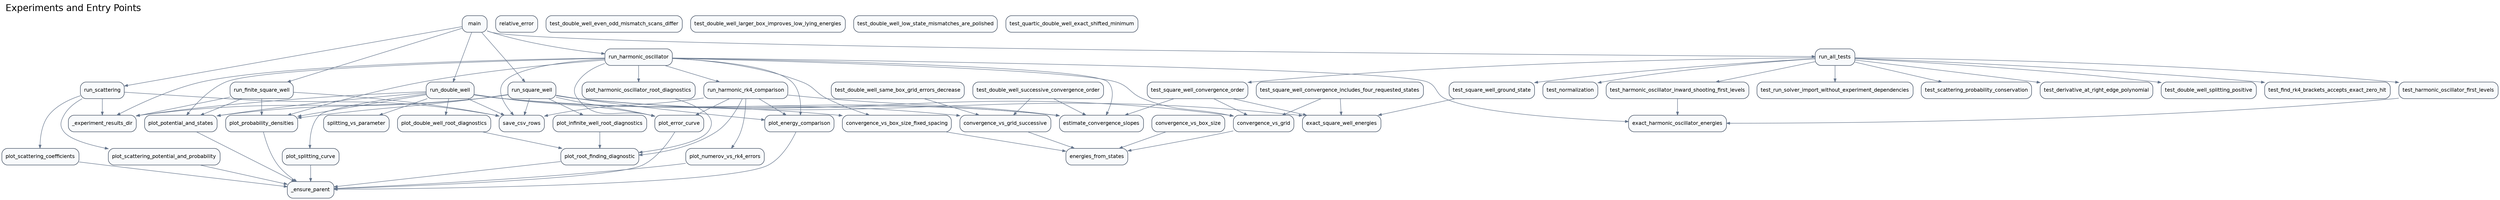
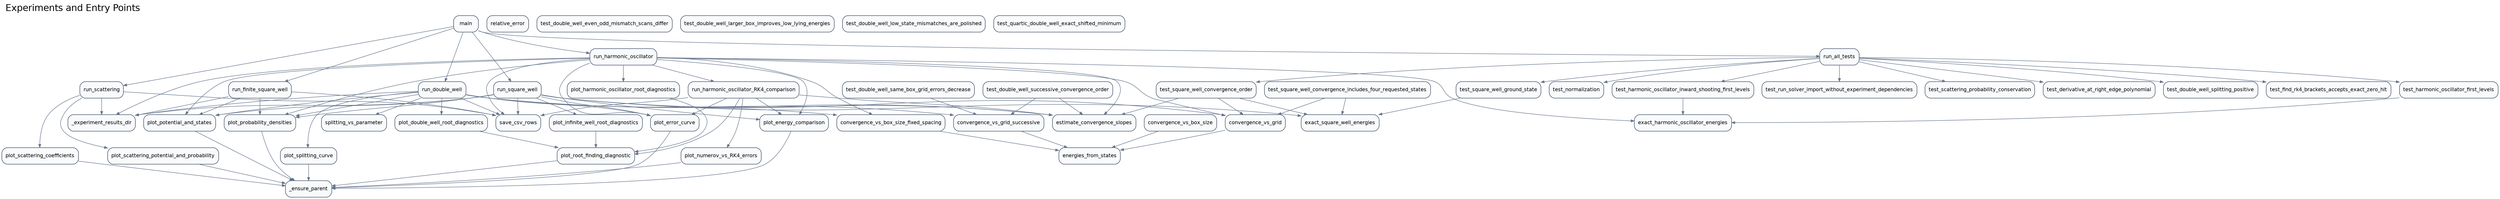
digraph G {
  rankdir="TB";
  graph [labeljust="l", labelloc="t", fontsize=20, fontname="Helvetica"];
  label="Experiments and Entry Points";
  node [shape=box, style="rounded,filled", fillcolor="#F8FAFC", color="#334155", fontname="Helvetica", fontsize=11];
  edge [color="#64748B", arrowsize=0.7];
  scripts_run_solver_main [label="main"];
  src_analysis_convergence_vs_box_size [label="convergence_vs_box_size"];
  src_analysis_convergence_vs_box_size_fixed_spacing [label="convergence_vs_box_size_fixed_spacing"];
  src_analysis_convergence_vs_grid [label="convergence_vs_grid"];
  src_analysis_convergence_vs_grid_successive [label="convergence_vs_grid_successive"];
  src_analysis_energies_from_states [label="energies_from_states"];
  src_analysis_estimate_convergence_slopes [label="estimate_convergence_slopes"];
  src_analysis_exact_harmonic_oscillator_energies [label="exact_harmonic_oscillator_energies"];
  src_analysis_exact_square_well_energies [label="exact_square_well_energies"];
  src_analysis_relative_error [label="relative_error"];
  src_analysis_save_csv_rows [label="save_csv_rows"];
  src_analysis_splitting_vs_parameter [label="splitting_vs_parameter"];
  src_experiments__experiment_results_dir [label="_experiment_results_dir"];
  src_experiments_plot_double_well_root_diagnostics [label="plot_double_well_root_diagnostics"];
  src_experiments_plot_harmonic_oscillator_root_diagnostics [label="plot_harmonic_oscillator_root_diagnostics"];
  src_experiments_plot_infinite_well_root_diagnostics [label="plot_infinite_well_root_diagnostics"];
  src_experiments_run_double_well [label="run_double_well"];
  src_experiments_run_finite_square_well [label="run_finite_square_well"];
  src_experiments_run_harmonic_oscillator [label="run_harmonic_oscillator"];
-   src_experiments_run_harmonic_rk4_comparison [label="run_harmonic_rk4_comparison"];
+   src_experiments_run_harmonic_oscillator_RK4_comparison [label="run_harmonic_oscillator_RK4_comparison"];
  src_experiments_run_scattering [label="run_scattering"];
  src_experiments_run_square_well [label="run_square_well"];
  src_plotting__ensure_parent [label="_ensure_parent"];
  src_plotting_plot_energy_comparison [label="plot_energy_comparison"];
  src_plotting_plot_error_curve [label="plot_error_curve"];
-   src_plotting_plot_numerov_vs_rk4_errors [label="plot_numerov_vs_rk4_errors"];
+   src_plotting_plot_numerov_vs_RK4_errors [label="plot_numerov_vs_RK4_errors"];
  src_plotting_plot_potential_and_states [label="plot_potential_and_states"];
  src_plotting_plot_probability_densities [label="plot_probability_densities"];
  src_plotting_plot_root_finding_diagnostic [label="plot_root_finding_diagnostic"];
  src_plotting_plot_scattering_coefficients [label="plot_scattering_coefficients"];
  src_plotting_plot_scattering_potential_and_probability [label="plot_scattering_potential_and_probability"];
  src_plotting_plot_splitting_curve [label="plot_splitting_curve"];
  tests_test_solver_run_all_tests [label="run_all_tests"];
  tests_test_solver_test_derivative_at_right_edge_polynomial [label="test_derivative_at_right_edge_polynomial"];
  tests_test_solver_test_double_well_even_odd_mismatch_scans_differ [label="test_double_well_even_odd_mismatch_scans_differ"];
  tests_test_solver_test_double_well_larger_box_improves_low_lying_energies [label="test_double_well_larger_box_improves_low_lying_energies"];
  tests_test_solver_test_double_well_low_state_mismatches_are_polished [label="test_double_well_low_state_mismatches_are_polished"];
  tests_test_solver_test_double_well_same_box_grid_errors_decrease [label="test_double_well_same_box_grid_errors_decrease"];
  tests_test_solver_test_double_well_splitting_positive [label="test_double_well_splitting_positive"];
  tests_test_solver_test_double_well_successive_convergence_order [label="test_double_well_successive_convergence_order"];
  tests_test_solver_test_find_rk4_brackets_accepts_exact_zero_hit [label="test_find_rk4_brackets_accepts_exact_zero_hit"];
  tests_test_solver_test_harmonic_oscillator_first_levels [label="test_harmonic_oscillator_first_levels"];
  tests_test_solver_test_harmonic_oscillator_inward_shooting_first_levels [label="test_harmonic_oscillator_inward_shooting_first_levels"];
  tests_test_solver_test_normalization [label="test_normalization"];
  tests_test_solver_test_quartic_double_well_exact_shifted_minimum [label="test_quartic_double_well_exact_shifted_minimum"];
  tests_test_solver_test_run_solver_import_without_experiment_dependencies [label="test_run_solver_import_without_experiment_dependencies"];
  tests_test_solver_test_scattering_probability_conservation [label="test_scattering_probability_conservation"];
  tests_test_solver_test_square_well_convergence_includes_four_requested_states [label="test_square_well_convergence_includes_four_requested_states"];
  tests_test_solver_test_square_well_convergence_order [label="test_square_well_convergence_order"];
  tests_test_solver_test_square_well_ground_state [label="test_square_well_ground_state"];
  scripts_run_solver_main -> src_experiments_run_double_well;
  scripts_run_solver_main -> src_experiments_run_finite_square_well;
  scripts_run_solver_main -> src_experiments_run_harmonic_oscillator;
  scripts_run_solver_main -> src_experiments_run_scattering;
  scripts_run_solver_main -> src_experiments_run_square_well;
  scripts_run_solver_main -> tests_test_solver_run_all_tests;
  src_analysis_convergence_vs_box_size -> src_analysis_energies_from_states;
  src_analysis_convergence_vs_box_size_fixed_spacing -> src_analysis_energies_from_states;
  src_analysis_convergence_vs_grid -> src_analysis_energies_from_states;
  src_analysis_convergence_vs_grid_successive -> src_analysis_energies_from_states;
  src_experiments_plot_double_well_root_diagnostics -> src_plotting_plot_root_finding_diagnostic;
  src_experiments_plot_harmonic_oscillator_root_diagnostics -> src_plotting_plot_root_finding_diagnostic;
  src_experiments_plot_infinite_well_root_diagnostics -> src_plotting_plot_root_finding_diagnostic;
  src_experiments_run_double_well -> src_analysis_convergence_vs_box_size_fixed_spacing;
  src_experiments_run_double_well -> src_analysis_convergence_vs_grid_successive;
  src_experiments_run_double_well -> src_analysis_estimate_convergence_slopes;
  src_experiments_run_double_well -> src_analysis_save_csv_rows;
  src_experiments_run_double_well -> src_analysis_splitting_vs_parameter;
  src_experiments_run_double_well -> src_experiments__experiment_results_dir;
  src_experiments_run_double_well -> src_experiments_plot_double_well_root_diagnostics;
  src_experiments_run_double_well -> src_plotting_plot_error_curve;
  src_experiments_run_double_well -> src_plotting_plot_potential_and_states;
  src_experiments_run_double_well -> src_plotting_plot_probability_densities;
  src_experiments_run_double_well -> src_plotting_plot_splitting_curve;
  src_experiments_run_finite_square_well -> src_analysis_save_csv_rows;
  src_experiments_run_finite_square_well -> src_experiments__experiment_results_dir;
  src_experiments_run_finite_square_well -> src_plotting_plot_potential_and_states;
  src_experiments_run_finite_square_well -> src_plotting_plot_probability_densities;
  src_experiments_run_harmonic_oscillator -> src_analysis_convergence_vs_box_size_fixed_spacing;
  src_experiments_run_harmonic_oscillator -> src_analysis_convergence_vs_grid;
  src_experiments_run_harmonic_oscillator -> src_analysis_estimate_convergence_slopes;
  src_experiments_run_harmonic_oscillator -> src_analysis_exact_harmonic_oscillator_energies;
  src_experiments_run_harmonic_oscillator -> src_analysis_save_csv_rows;
  src_experiments_run_harmonic_oscillator -> src_experiments__experiment_results_dir;
  src_experiments_run_harmonic_oscillator -> src_experiments_plot_harmonic_oscillator_root_diagnostics;
-   src_experiments_run_harmonic_oscillator -> src_experiments_run_harmonic_rk4_comparison;
+   src_experiments_run_harmonic_oscillator -> src_experiments_run_harmonic_oscillator_RK4_comparison;
  src_experiments_run_harmonic_oscillator -> src_plotting_plot_energy_comparison;
  src_experiments_run_harmonic_oscillator -> src_plotting_plot_error_curve;
  src_experiments_run_harmonic_oscillator -> src_plotting_plot_potential_and_states;
  src_experiments_run_harmonic_oscillator -> src_plotting_plot_probability_densities;
-   src_experiments_run_harmonic_rk4_comparison -> src_analysis_estimate_convergence_slopes;
-   src_experiments_run_harmonic_rk4_comparison -> src_analysis_save_csv_rows;
-   src_experiments_run_harmonic_rk4_comparison -> src_plotting_plot_energy_comparison;
-   src_experiments_run_harmonic_rk4_comparison -> src_plotting_plot_error_curve;
-   src_experiments_run_harmonic_rk4_comparison -> src_plotting_plot_numerov_vs_rk4_errors;
-   src_experiments_run_harmonic_rk4_comparison -> src_plotting_plot_root_finding_diagnostic;
+   src_experiments_run_harmonic_oscillator_RK4_comparison -> src_analysis_estimate_convergence_slopes;
+   src_experiments_run_harmonic_oscillator_RK4_comparison -> src_analysis_save_csv_rows;
+   src_experiments_run_harmonic_oscillator_RK4_comparison -> src_plotting_plot_energy_comparison;
+   src_experiments_run_harmonic_oscillator_RK4_comparison -> src_plotting_plot_error_curve;
+   src_experiments_run_harmonic_oscillator_RK4_comparison -> src_plotting_plot_numerov_vs_RK4_errors;
+   src_experiments_run_harmonic_oscillator_RK4_comparison -> src_plotting_plot_root_finding_diagnostic;
  src_experiments_run_scattering -> src_analysis_save_csv_rows;
  src_experiments_run_scattering -> src_experiments__experiment_results_dir;
  src_experiments_run_scattering -> src_plotting_plot_scattering_coefficients;
  src_experiments_run_scattering -> src_plotting_plot_scattering_potential_and_probability;
  src_experiments_run_square_well -> src_analysis_convergence_vs_grid;
  src_experiments_run_square_well -> src_analysis_estimate_convergence_slopes;
  src_experiments_run_square_well -> src_analysis_exact_square_well_energies;
  src_experiments_run_square_well -> src_analysis_save_csv_rows;
  src_experiments_run_square_well -> src_experiments__experiment_results_dir;
  src_experiments_run_square_well -> src_experiments_plot_infinite_well_root_diagnostics;
  src_experiments_run_square_well -> src_plotting_plot_energy_comparison;
  src_experiments_run_square_well -> src_plotting_plot_error_curve;
  src_experiments_run_square_well -> src_plotting_plot_potential_and_states;
  src_experiments_run_square_well -> src_plotting_plot_probability_densities;
  src_plotting_plot_energy_comparison -> src_plotting__ensure_parent;
  src_plotting_plot_error_curve -> src_plotting__ensure_parent;
-   src_plotting_plot_numerov_vs_rk4_errors -> src_plotting__ensure_parent;
+   src_plotting_plot_numerov_vs_RK4_errors -> src_plotting__ensure_parent;
  src_plotting_plot_potential_and_states -> src_plotting__ensure_parent;
  src_plotting_plot_probability_densities -> src_plotting__ensure_parent;
  src_plotting_plot_root_finding_diagnostic -> src_plotting__ensure_parent;
  src_plotting_plot_scattering_coefficients -> src_plotting__ensure_parent;
  src_plotting_plot_scattering_potential_and_probability -> src_plotting__ensure_parent;
  src_plotting_plot_splitting_curve -> src_plotting__ensure_parent;
  tests_test_solver_run_all_tests -> tests_test_solver_test_derivative_at_right_edge_polynomial;
  tests_test_solver_run_all_tests -> tests_test_solver_test_double_well_splitting_positive;
  tests_test_solver_run_all_tests -> tests_test_solver_test_find_rk4_brackets_accepts_exact_zero_hit;
  tests_test_solver_run_all_tests -> tests_test_solver_test_harmonic_oscillator_first_levels;
  tests_test_solver_run_all_tests -> tests_test_solver_test_harmonic_oscillator_inward_shooting_first_levels;
  tests_test_solver_run_all_tests -> tests_test_solver_test_normalization;
  tests_test_solver_run_all_tests -> tests_test_solver_test_run_solver_import_without_experiment_dependencies;
  tests_test_solver_run_all_tests -> tests_test_solver_test_scattering_probability_conservation;
  tests_test_solver_run_all_tests -> tests_test_solver_test_square_well_convergence_order;
  tests_test_solver_run_all_tests -> tests_test_solver_test_square_well_ground_state;
  tests_test_solver_test_double_well_same_box_grid_errors_decrease -> src_analysis_convergence_vs_grid_successive;
  tests_test_solver_test_double_well_successive_convergence_order -> src_analysis_convergence_vs_grid_successive;
  tests_test_solver_test_double_well_successive_convergence_order -> src_analysis_estimate_convergence_slopes;
  tests_test_solver_test_harmonic_oscillator_first_levels -> src_analysis_exact_harmonic_oscillator_energies;
  tests_test_solver_test_harmonic_oscillator_inward_shooting_first_levels -> src_analysis_exact_harmonic_oscillator_energies;
  tests_test_solver_test_square_well_convergence_includes_four_requested_states -> src_analysis_convergence_vs_grid;
  tests_test_solver_test_square_well_convergence_includes_four_requested_states -> src_analysis_exact_square_well_energies;
  tests_test_solver_test_square_well_convergence_order -> src_analysis_convergence_vs_grid;
  tests_test_solver_test_square_well_convergence_order -> src_analysis_estimate_convergence_slopes;
  tests_test_solver_test_square_well_convergence_order -> src_analysis_exact_square_well_energies;
  tests_test_solver_test_square_well_ground_state -> src_analysis_exact_square_well_energies;
}
